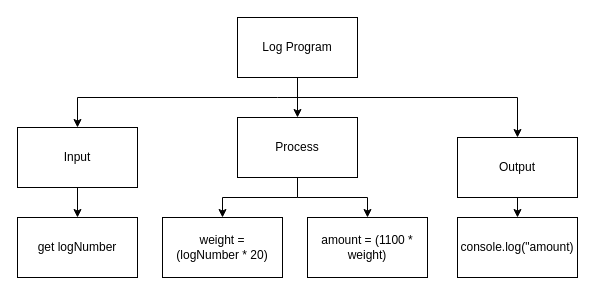
The draw.io diagram Drawio/Topdown.drawio in JacksonNaufal/ics4u-unit1-02-typescript, before the edit. Source tidied: cells renumbered, new cells numbered last; positions are measured from the earlier drawing's top-left corner, leaving out a move shared by most shapes. Both pictures are drawn from the tidied source at 100%, with x=0, y=0 at pixel (17, 17).
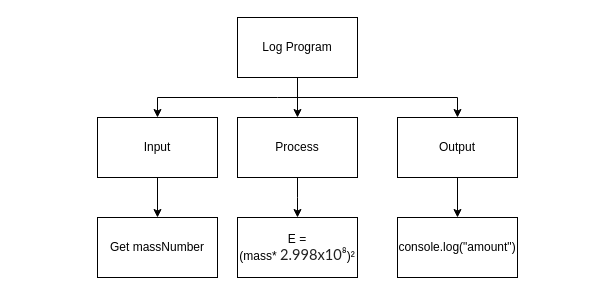
Above is the later version.

The edit, as a diff of the source:
```diff
@@
-    <mxCell id="2" style="edgeStyle=none;html=1;" parent="1" edge="1" source="3" target="13">
-      <mxGeometry relative="1" as="geometry" />
-    </mxCell>
-    <mxCell id="3" value="Input" style="rounded=0;whiteSpace=wrap;html=1;" parent="1" vertex="1">
-      <mxGeometry y="110" width="120" height="60" as="geometry" />
+    <mxCell id="3" style="edgeStyle=none;html=1;" parent="1" edge="1" source="7" target="19">
+      <mxGeometry relative="1" as="geometry" />
     </mxCell>
+    <mxCell id="7" value="Input" style="rounded=0;whiteSpace=wrap;html=1;" parent="1" vertex="1">
+      <mxGeometry x="80" y="100" width="120" height="60" as="geometry" />
+    </mxCell>
-    <mxCell id="4" style="edgeStyle=none;html=1;entryX=0.5;entryY=0;entryDx=0;entryDy=0;rounded=0;" parent="1" edge="1" target="3">
+    <mxCell id="4" style="edgeStyle=none;html=1;entryX=0.5;entryY=0;entryDx=0;entryDy=0;rounded=0;" parent="1" edge="1" target="7">
       <mxGeometry relative="1" as="geometry">
         <mxPoint x="260" y="80" as="sourcePoint" />
         <Array as="points">
-          <mxPoint x="60" y="80" />
+          <mxPoint x="140" y="80" />
         </Array>
       </mxGeometry>
     </mxCell>
+    <mxCell id="10" style="edgeStyle=none;rounded=0;html=1;entryX=0.5;entryY=0;entryDx=0;entryDy=0;" parent="1" edge="1" target="18">
+      <mxGeometry relative="1" as="geometry">
+        <mxPoint x="260" y="80" as="sourcePoint" />
+        <Array as="points">
+          <mxPoint x="440" y="80" />
+        </Array>
+      </mxGeometry>
+    </mxCell>
+    <mxCell id="17" style="edgeStyle=none;rounded=0;html=1;" parent="1" edge="1" source="12" target="6">
+      <mxGeometry relative="1" as="geometry" />
+    </mxCell>
+    <mxCell id="12" value="Log Program" style="rounded=0;whiteSpace=wrap;html=1;" parent="1" vertex="1">
+      <mxGeometry x="220" width="120" height="60" as="geometry" />
+    </mxCell>
-    <mxCell id="5" style="edgeStyle=none;rounded=0;html=1;entryX=0.5;entryY=0;entryDx=0;entryDy=0;" parent="1" edge="1" target="12">
+    <mxCell id="5" style="edgeStyle=none;html=1;entryX=0.5;entryY=0;entryDx=0;entryDy=0;rounded=0;" parent="1" edge="1" source="6" target="20">
       <mxGeometry relative="1" as="geometry">
-        <mxPoint x="260" y="80" as="sourcePoint" />
         <Array as="points">
-          <mxPoint x="500" y="80" />
+          <mxPoint x="280" y="180" />
         </Array>
       </mxGeometry>
     </mxCell>
-    <mxCell id="6" style="edgeStyle=none;rounded=0;html=1;" parent="1" edge="1" source="7" target="10">
-      <mxGeometry relative="1" as="geometry" />
+    <mxCell id="6" value="Process" style="rounded=0;whiteSpace=wrap;html=1;" parent="1" vertex="1">
+      <mxGeometry x="220" y="100" width="120" height="60" as="geometry" />
     </mxCell>
-    <mxCell id="7" value="Log Program" style="rounded=0;whiteSpace=wrap;html=1;" parent="1" vertex="1">
-      <mxGeometry x="220" width="120" height="60" as="geometry" />
-    </mxCell>
-    <mxCell id="8" style="edgeStyle=none;html=1;entryX=0.5;entryY=0;entryDx=0;entryDy=0;rounded=0;" parent="1" edge="1" source="10" target="14">
-      <mxGeometry relative="1" as="geometry">
-        <Array as="points">
-          <mxPoint x="280" y="180" />
-          <mxPoint x="205" y="180" />
-        </Array>
-      </mxGeometry>
-    </mxCell>
-    <mxCell id="9" style="edgeStyle=none;rounded=0;html=1;entryX=0.5;entryY=0;entryDx=0;entryDy=0;" parent="1" edge="1" target="15">
-      <mxGeometry relative="1" as="geometry">
-        <mxPoint x="280" y="180" as="sourcePoint" />
-        <Array as="points">
-          <mxPoint x="350" y="180" />
-        </Array>
-      </mxGeometry>
-    </mxCell>
-    <mxCell id="10" value="Process" style="rounded=0;whiteSpace=wrap;html=1;" parent="1" vertex="1">
-      <mxGeometry x="220" y="100" width="120" height="60" as="geometry" />
-    </mxCell>
-    <mxCell id="11" style="edgeStyle=none;rounded=0;html=1;" parent="1" edge="1" source="12" target="16">
-      <mxGeometry relative="1" as="geometry" />
-    </mxCell>
-    <mxCell id="12" value="Output" style="rounded=0;whiteSpace=wrap;html=1;" parent="1" vertex="1">
-      <mxGeometry x="440" y="120" width="120" height="60" as="geometry" />
-    </mxCell>
-    <mxCell id="13" value="get logNumber" style="rounded=0;whiteSpace=wrap;html=1;" parent="1" vertex="1">
-      <mxGeometry y="200" width="120" height="60" as="geometry" />
+    <mxCell id="13" style="edgeStyle=none;rounded=0;html=1;" parent="1" edge="1" source="18" target="21">
+      <mxGeometry relative="1" as="geometry" />
     </mxCell>
-    <mxCell id="14" value="weight = (logNumber&amp;nbsp;* 20)" style="rounded=0;whiteSpace=wrap;html=1;" parent="1" vertex="1">
-      <mxGeometry x="145" y="200" width="120" height="60" as="geometry" />
-    </mxCell>
-    <mxCell id="15" value="amount = (1100 * weight)" style="rounded=0;whiteSpace=wrap;html=1;" parent="1" vertex="1">
-      <mxGeometry x="290" y="200" width="120" height="60" as="geometry" />
-    </mxCell>
-    <mxCell id="16" value="console.log(&quot;amount)" style="rounded=0;whiteSpace=wrap;html=1;" parent="1" vertex="1">
-      <mxGeometry x="440" y="200" width="120" height="60" as="geometry" />
-    </mxCell>
+    <mxCell id="18" value="Output" style="rounded=0;whiteSpace=wrap;html=1;" parent="1" vertex="1">
+      <mxGeometry x="380" y="100" width="120" height="60" as="geometry" />
+    </mxCell>
+    <mxCell id="19" value="Get massNumber" style="rounded=0;whiteSpace=wrap;html=1;" parent="1" vertex="1">
+      <mxGeometry x="80" y="200" width="120" height="60" as="geometry" />
+    </mxCell>
+    <mxCell id="20" value="E = (mass*&amp;nbsp;&lt;span style=&quot;color: rgb(33 , 33 , 33) ; font-family: &amp;#34;lato&amp;#34; , sans-serif ; font-size: 14.6667px ; text-align: left&quot;&gt;2.998x10⁸&lt;/span&gt;)²" style="rounded=0;whiteSpace=wrap;html=1;" parent="1" vertex="1">
+      <mxGeometry x="220" y="200" width="120" height="60" as="geometry" />
+    </mxCell>
+    <mxCell id="21" value="console.log(&quot;amount&quot;)" style="rounded=0;whiteSpace=wrap;html=1;" parent="1" vertex="1">
+      <mxGeometry x="380" y="200" width="120" height="60" as="geometry" />
+    </mxCell>
```
